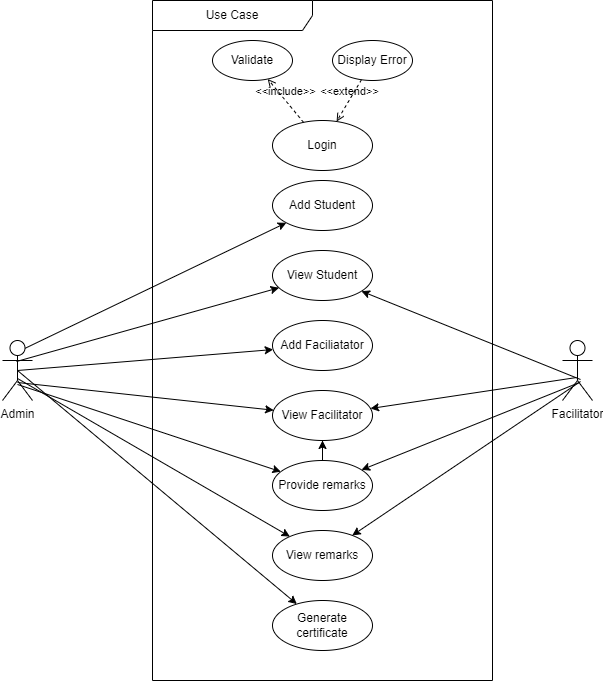
This is Images/UseCase.png from manojtsx/CertiPrint, a draw.io export, as it was before one commit. Source tidied: cells renumbered, new cells last; positions are measured from the earlier drawing's top-left corner, leaving out a move shared by most shapes.
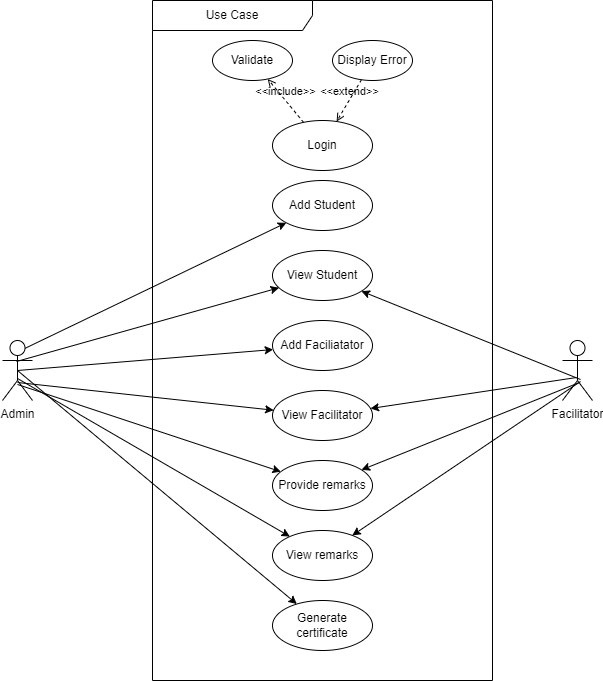
After the commit.

Change to the diagram source:
```diff
@@ -2,11 +2,6 @@
   <root>
     <mxCell id="0" />
     <mxCell id="1" parent="0" />
-    <mxCell id="2" style="edgeStyle=entityRelationEdgeStyle;endArrow=ERzeroToMany;startArrow=ERone;endFill=1;startFill=0;" parent="1" edge="1" target="x">
-      <mxGeometry relative="1" as="geometry">
-        <mxPoint x="670" as="sourcePoint" />
-      </mxGeometry>
-    </mxCell>
     <mxCell id="3" style="rounded=0;jettySize=auto;html=1;exitX=0.533;exitY=0.183;exitDx=0;exitDy=0;exitPerimeter=0;" parent="1" edge="1" source="4" target="5">
       <mxGeometry relative="1" as="geometry" />
     </mxCell>
@@ -25,9 +20,6 @@
     <mxCell id="8" value="View Facilitator" style="ellipse;whiteSpace=wrap;html=1;" parent="1" vertex="1">
       <mxGeometry x="270" y="505" width="100" height="50" as="geometry" />
     </mxCell>
-    <mxCell id="9" style="edgeStyle=orthogonalEdgeStyle;rounded=0;jettySize=auto;html=1;" parent="1" edge="1" source="10" target="8">
-      <mxGeometry relative="1" as="geometry" />
-    </mxCell>
     <mxCell id="10" value="Provide remarks" style="ellipse;whiteSpace=wrap;html=1;" parent="1" vertex="1">
       <mxGeometry x="270" y="575" width="100" height="50" as="geometry" />
     </mxCell>
```
